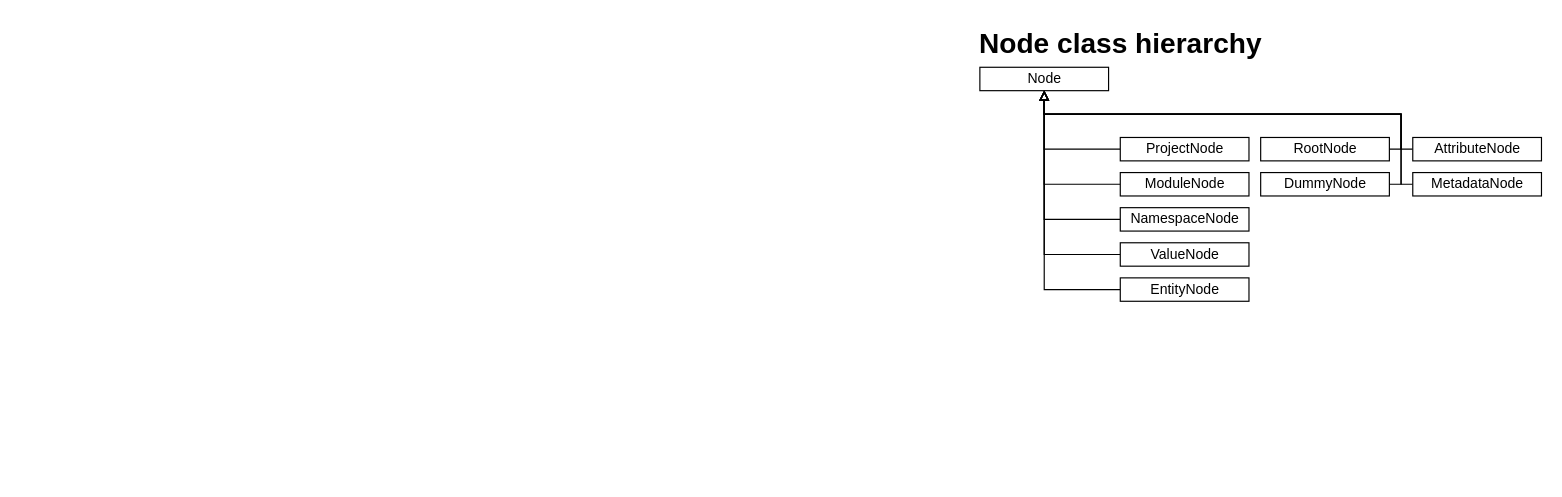
The draw.io diagram page "Node class hierarchy" (2 of 2) of docs/AstNodeStructure.drawio in Evenfall-Tech/Crosslight, before the edit. Source tidied: cells renumbered, new cells numbered last; positions are measured from the earlier drawing's top-left corner, leaving out a move shared by most shapes. Both pictures are drawn from the tidied source at 117%, with x=0, y=0 at pixel (979, 20).
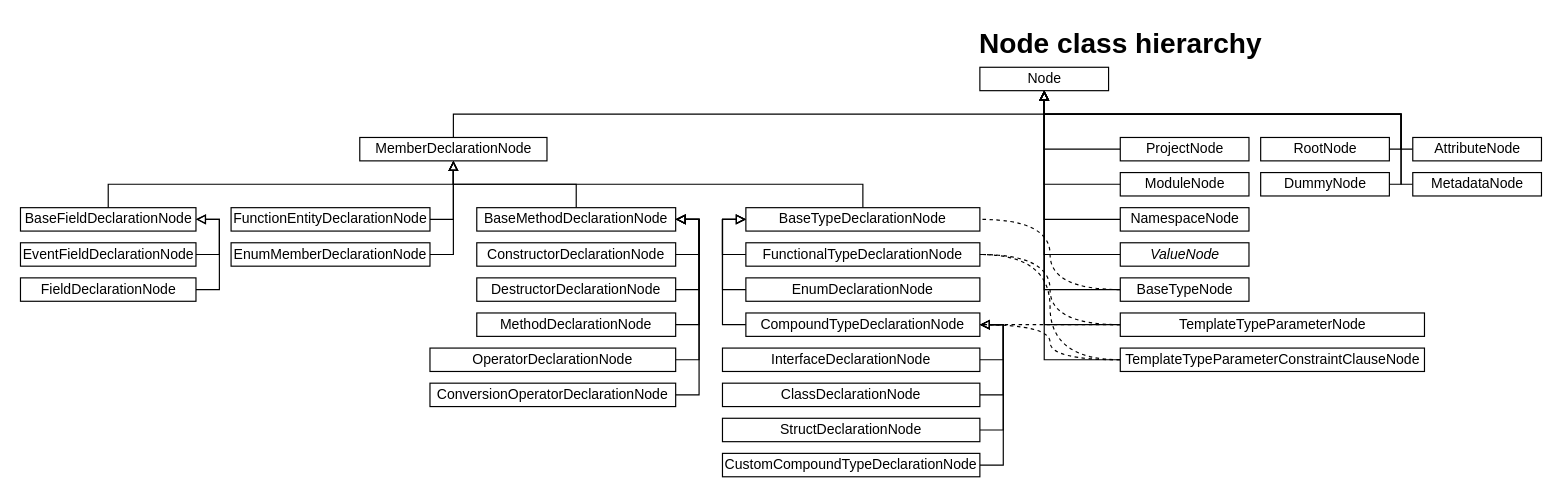
After the change.

Unchanged cells that the change refers to:
```xml
<mxCell id="3" value="Node" style="html=1;fillColor=#FFFFFF;" parent="1" vertex="1">
  <mxGeometry y="40" width="110" height="20" as="geometry" />
</mxCell>
```

The edit, as a diff of the source:
```diff
@@
-    <mxCell id="19" value="ValueNode" style="html=1;" parent="1" vertex="1">
+    <mxCell id="19" value="ValueNode" style="html=1;fontStyle=2;" parent="1" vertex="1">
       <mxGeometry x="120" y="190" width="110" height="20" as="geometry" />
     </mxCell>
-    <mxCell id="20" style="edgeStyle=orthogonalEdgeStyle;rounded=0;jettySize=auto;html=1;entryX=0.5;entryY=1;entryDx=0;entryDy=0;endArrow=block;endFill=0;" parent="1" edge="1" source="21" target="3">
+    <mxCell id="20" style="edgeStyle=orthogonalEdgeStyle;rounded=0;jettySize=auto;html=1;entryX=0.5;entryY=1;entryDx=0;entryDy=0;endArrow=block;endFill=0;exitX=0.5;exitY=0;exitDx=0;exitDy=0;" parent="1" edge="1" source="21" target="3">
       <mxGeometry relative="1" as="geometry" />
     </mxCell>
-    <mxCell id="21" value="EntityNode" style="html=1;" parent="1" vertex="1">
-      <mxGeometry x="120" y="220" width="110" height="20" as="geometry" />
+    <mxCell id="21" value="MemberDeclarationNode" style="html=1;" parent="1" vertex="1">
+      <mxGeometry x="-530" y="100" width="160" height="20" as="geometry" />
     </mxCell>
+    <mxCell id="22" style="edgeStyle=orthogonalEdgeStyle;rounded=0;jettySize=auto;html=1;entryX=0.5;entryY=1;entryDx=0;entryDy=0;exitX=0.5;exitY=0;exitDx=0;exitDy=0;endArrow=block;endFill=0;" parent="1" edge="1" source="23" target="21">
+      <mxGeometry relative="1" as="geometry" />
+    </mxCell>
+    <mxCell id="23" value="BaseFieldDeclarationNode" style="html=1;" parent="1" vertex="1">
+      <mxGeometry x="-820" y="160" width="150" height="20" as="geometry" />
+    </mxCell>
+    <mxCell id="24" style="edgeStyle=orthogonalEdgeStyle;rounded=0;jettySize=auto;html=1;entryX=1;entryY=0.5;entryDx=0;entryDy=0;endArrow=block;endFill=0;exitX=1;exitY=0.5;exitDx=0;exitDy=0;" parent="1" edge="1" source="25" target="23">
+      <mxGeometry relative="1" as="geometry">
+        <Array as="points">
+          <mxPoint x="-650" y="200" />
+          <mxPoint x="-650" y="170" />
+        </Array>
+      </mxGeometry>
+    </mxCell>
+    <mxCell id="25" value="EventFieldDeclarationNode" style="html=1;" parent="1" vertex="1">
+      <mxGeometry x="-820" y="190" width="150" height="20" as="geometry" />
+    </mxCell>
+    <mxCell id="26" style="edgeStyle=orthogonalEdgeStyle;rounded=0;jettySize=auto;html=1;entryX=1;entryY=0.5;entryDx=0;entryDy=0;endArrow=block;endFill=0;exitX=1;exitY=0.5;exitDx=0;exitDy=0;" parent="1" edge="1" source="27" target="23">
+      <mxGeometry relative="1" as="geometry" />
+    </mxCell>
+    <mxCell id="27" value="FieldDeclarationNode" style="html=1;" parent="1" vertex="1">
+      <mxGeometry x="-820" y="220" width="150" height="20" as="geometry" />
+    </mxCell>
+    <mxCell id="28" style="edgeStyle=orthogonalEdgeStyle;rounded=0;jettySize=auto;html=1;entryX=0.5;entryY=1;entryDx=0;entryDy=0;endArrow=block;endFill=0;exitX=1;exitY=0.5;exitDx=0;exitDy=0;" parent="1" edge="1" source="29" target="21">
+      <mxGeometry relative="1" as="geometry" />
+    </mxCell>
+    <mxCell id="29" value="FunctionEntityDeclarationNode" style="whiteSpace=wrap;html=1;" parent="1" vertex="1">
+      <mxGeometry x="-640" y="160" width="170" height="20" as="geometry" />
+    </mxCell>
+    <mxCell id="30" style="edgeStyle=orthogonalEdgeStyle;rounded=0;jettySize=auto;html=1;entryX=0.5;entryY=1;entryDx=0;entryDy=0;endArrow=block;endFill=0;exitX=1;exitY=0.5;exitDx=0;exitDy=0;" parent="1" edge="1" source="31" target="21">
+      <mxGeometry relative="1" as="geometry" />
+    </mxCell>
+    <mxCell id="31" value="EnumMemberDeclarationNode" style="whiteSpace=wrap;html=1;" parent="1" vertex="1">
+      <mxGeometry x="-640" y="190" width="170" height="20" as="geometry" />
+    </mxCell>
+    <mxCell id="32" style="edgeStyle=orthogonalEdgeStyle;rounded=0;jettySize=auto;html=1;exitX=0.5;exitY=0;exitDx=0;exitDy=0;entryX=0.5;entryY=1;entryDx=0;entryDy=0;endArrow=block;endFill=0;" parent="1" edge="1" source="33" target="21">
+      <mxGeometry relative="1" as="geometry" />
+    </mxCell>
+    <mxCell id="33" value="BaseMethodDeclarationNode" style="whiteSpace=wrap;html=1;" parent="1" vertex="1">
+      <mxGeometry x="-430" y="160" width="170" height="20" as="geometry" />
+    </mxCell>
+    <mxCell id="34" style="edgeStyle=orthogonalEdgeStyle;rounded=0;jettySize=auto;html=1;entryX=1;entryY=0.5;entryDx=0;entryDy=0;endArrow=block;endFill=0;exitX=1;exitY=0.5;exitDx=0;exitDy=0;" parent="1" edge="1" source="35" target="33">
+      <mxGeometry relative="1" as="geometry">
+        <Array as="points">
+          <mxPoint x="-240" y="200" />
+          <mxPoint x="-240" y="170" />
+        </Array>
+      </mxGeometry>
+    </mxCell>
+    <mxCell id="35" value="ConstructorDeclarationNode" style="whiteSpace=wrap;html=1;" parent="1" vertex="1">
+      <mxGeometry x="-430" y="190" width="170" height="20" as="geometry" />
+    </mxCell>
+    <mxCell id="36" style="edgeStyle=orthogonalEdgeStyle;rounded=0;jettySize=auto;html=1;entryX=1;entryY=0.5;entryDx=0;entryDy=0;endArrow=block;endFill=0;exitX=1;exitY=0.5;exitDx=0;exitDy=0;" parent="1" edge="1" source="37" target="33">
+      <mxGeometry relative="1" as="geometry" />
+    </mxCell>
+    <mxCell id="37" value="DestructorDeclarationNode" style="whiteSpace=wrap;html=1;" parent="1" vertex="1">
+      <mxGeometry x="-430" y="220" width="170" height="20" as="geometry" />
+    </mxCell>
+    <mxCell id="38" style="edgeStyle=orthogonalEdgeStyle;rounded=0;jettySize=auto;html=1;entryX=1;entryY=0.5;entryDx=0;entryDy=0;endArrow=block;endFill=0;exitX=1;exitY=0.5;exitDx=0;exitDy=0;" parent="1" edge="1" source="39" target="33">
+      <mxGeometry relative="1" as="geometry" />
+    </mxCell>
+    <mxCell id="39" value="OperatorDeclarationNode" style="whiteSpace=wrap;html=1;" parent="1" vertex="1">
+      <mxGeometry x="-470" y="280" width="210" height="20" as="geometry" />
+    </mxCell>
+    <mxCell id="40" style="edgeStyle=orthogonalEdgeStyle;rounded=0;jettySize=auto;html=1;entryX=1;entryY=0.5;entryDx=0;entryDy=0;endArrow=block;endFill=0;exitX=1;exitY=0.5;exitDx=0;exitDy=0;" parent="1" edge="1" source="41" target="33">
+      <mxGeometry relative="1" as="geometry" />
+    </mxCell>
+    <mxCell id="41" value="ConversionOperatorDeclarationNode" style="whiteSpace=wrap;html=1;" parent="1" vertex="1">
+      <mxGeometry x="-470" y="310" width="210" height="20" as="geometry" />
+    </mxCell>
+    <mxCell id="42" style="edgeStyle=orthogonalEdgeStyle;rounded=0;jettySize=auto;html=1;entryX=1;entryY=0.5;entryDx=0;entryDy=0;endArrow=block;endFill=0;exitX=1;exitY=0.5;exitDx=0;exitDy=0;" parent="1" edge="1" source="43" target="33">
+      <mxGeometry relative="1" as="geometry" />
+    </mxCell>
+    <mxCell id="43" value="MethodDeclarationNode" style="whiteSpace=wrap;html=1;" parent="1" vertex="1">
+      <mxGeometry x="-430" y="250" width="170" height="20" as="geometry" />
+    </mxCell>
+    <mxCell id="44" style="edgeStyle=orthogonalEdgeStyle;rounded=0;jettySize=auto;html=1;entryX=0.5;entryY=1;entryDx=0;entryDy=0;endArrow=block;endFill=0;exitX=0.5;exitY=0;exitDx=0;exitDy=0;" parent="1" edge="1" source="45" target="21">
+      <mxGeometry relative="1" as="geometry" />
+    </mxCell>
+    <mxCell id="45" value="BaseTypeDeclarationNode" style="whiteSpace=wrap;html=1;" parent="1" vertex="1">
+      <mxGeometry x="-200" y="160" width="200" height="20" as="geometry" />
+    </mxCell>
+    <mxCell id="46" style="edgeStyle=orthogonalEdgeStyle;rounded=0;jettySize=auto;html=1;entryX=0;entryY=0.5;entryDx=0;entryDy=0;endArrow=block;endFill=0;exitX=0;exitY=0.5;exitDx=0;exitDy=0;" parent="1" edge="1" source="47" target="45">
+      <mxGeometry relative="1" as="geometry">
+        <Array as="points">
+          <mxPoint x="-220" y="200" />
+          <mxPoint x="-220" y="170" />
+        </Array>
+      </mxGeometry>
+    </mxCell>
+    <mxCell id="47" value="FunctionalTypeDeclarationNode" style="whiteSpace=wrap;html=1;" parent="1" vertex="1">
+      <mxGeometry x="-200" y="190" width="200" height="20" as="geometry" />
+    </mxCell>
+    <mxCell id="48" style="edgeStyle=orthogonalEdgeStyle;rounded=0;jettySize=auto;html=1;entryX=0;entryY=0.5;entryDx=0;entryDy=0;endArrow=block;endFill=0;exitX=0;exitY=0.5;exitDx=0;exitDy=0;" parent="1" edge="1" source="49" target="45">
+      <mxGeometry relative="1" as="geometry" />
+    </mxCell>
+    <mxCell id="49" value="EnumDeclarationNode" style="whiteSpace=wrap;html=1;" parent="1" vertex="1">
+      <mxGeometry x="-200" y="220" width="200" height="20" as="geometry" />
+    </mxCell>
+    <mxCell id="50" style="edgeStyle=orthogonalEdgeStyle;rounded=0;jettySize=auto;html=1;entryX=0;entryY=0.5;entryDx=0;entryDy=0;endArrow=block;endFill=0;exitX=0;exitY=0.5;exitDx=0;exitDy=0;" parent="1" edge="1" source="51" target="45">
+      <mxGeometry relative="1" as="geometry" />
+    </mxCell>
+    <mxCell id="51" value="CompoundTypeDeclarationNode" style="whiteSpace=wrap;html=1;" parent="1" vertex="1">
+      <mxGeometry x="-200" y="250" width="200" height="20" as="geometry" />
+    </mxCell>
+    <mxCell id="52" style="edgeStyle=orthogonalEdgeStyle;rounded=0;jettySize=auto;html=1;entryX=1;entryY=0.5;entryDx=0;entryDy=0;endArrow=block;endFill=0;exitX=1;exitY=0.5;exitDx=0;exitDy=0;" parent="1" edge="1" source="53" target="51">
+      <mxGeometry relative="1" as="geometry">
+        <Array as="points">
+          <mxPoint x="20" y="290" />
+          <mxPoint x="20" y="260" />
+        </Array>
+      </mxGeometry>
+    </mxCell>
+    <mxCell id="53" value="InterfaceDeclarationNode" style="whiteSpace=wrap;html=1;" parent="1" vertex="1">
+      <mxGeometry x="-220" y="280" width="220" height="20" as="geometry" />
+    </mxCell>
+    <mxCell id="54" style="edgeStyle=orthogonalEdgeStyle;rounded=0;jettySize=auto;html=1;entryX=1;entryY=0.5;entryDx=0;entryDy=0;endArrow=block;endFill=0;exitX=1;exitY=0.5;exitDx=0;exitDy=0;" parent="1" edge="1" source="55" target="51">
+      <mxGeometry relative="1" as="geometry" />
+    </mxCell>
+    <mxCell id="55" value="ClassDeclarationNode" style="whiteSpace=wrap;html=1;" parent="1" vertex="1">
+      <mxGeometry x="-220" y="310" width="220" height="20" as="geometry" />
+    </mxCell>
+    <mxCell id="56" style="edgeStyle=orthogonalEdgeStyle;rounded=0;jettySize=auto;html=1;entryX=1;entryY=0.5;entryDx=0;entryDy=0;endArrow=block;endFill=0;exitX=1;exitY=0.5;exitDx=0;exitDy=0;" parent="1" edge="1" source="57" target="51">
+      <mxGeometry relative="1" as="geometry" />
+    </mxCell>
+    <mxCell id="57" value="StructDeclarationNode" style="whiteSpace=wrap;html=1;" parent="1" vertex="1">
+      <mxGeometry x="-220" y="340" width="220" height="20" as="geometry" />
+    </mxCell>
+    <mxCell id="58" style="edgeStyle=orthogonalEdgeStyle;rounded=0;jettySize=auto;html=1;entryX=1;entryY=0.5;entryDx=0;entryDy=0;endArrow=block;endFill=0;exitX=1;exitY=0.5;exitDx=0;exitDy=0;" parent="1" edge="1" source="59" target="51">
+      <mxGeometry relative="1" as="geometry" />
+    </mxCell>
+    <mxCell id="59" value="CustomCompoundTypeDeclarationNode" style="whiteSpace=wrap;html=1;" parent="1" vertex="1">
+      <mxGeometry x="-220" y="370" width="220" height="20" as="geometry" />
+    </mxCell>
+    <mxCell id="60" style="edgeStyle=orthogonalEdgeStyle;rounded=0;jettySize=auto;html=1;entryX=0.5;entryY=1;entryDx=0;entryDy=0;endArrow=block;endFill=0;" parent="1" edge="1" source="62" target="3">
+      <mxGeometry relative="1" as="geometry" />
+    </mxCell>
+    <mxCell id="61" style="edgeStyle=orthogonalEdgeStyle;rounded=0;jettySize=auto;html=1;entryX=1;entryY=0.5;entryDx=0;entryDy=0;endArrow=none;endFill=0;curved=1;dashed=1;" parent="1" edge="1" source="62" target="45">
+      <mxGeometry relative="1" as="geometry" />
+    </mxCell>
+    <mxCell id="62" value="BaseTypeNode" style="html=1;" parent="1" vertex="1">
+      <mxGeometry x="120" y="220" width="110" height="20" as="geometry" />
+    </mxCell>
+    <mxCell id="63" style="edgeStyle=orthogonalEdgeStyle;rounded=0;jettySize=auto;html=1;entryX=0.5;entryY=1;entryDx=0;entryDy=0;endArrow=block;endFill=0;" parent="1" edge="1" source="66" target="3">
+      <mxGeometry relative="1" as="geometry" />
+    </mxCell>
+    <mxCell id="64" style="edgeStyle=orthogonalEdgeStyle;rounded=0;jettySize=auto;html=1;entryX=1;entryY=0.5;entryDx=0;entryDy=0;endArrow=none;endFill=0;dashed=1;curved=1;" parent="1" edge="1" source="66" target="47">
+      <mxGeometry relative="1" as="geometry" />
+    </mxCell>
+    <mxCell id="65" style="edgeStyle=orthogonalEdgeStyle;curved=1;rounded=0;jettySize=auto;html=1;entryX=1;entryY=0.5;entryDx=0;entryDy=0;dashed=1;endArrow=none;endFill=0;" parent="1" edge="1" source="66" target="51">
+      <mxGeometry relative="1" as="geometry" />
+    </mxCell>
+    <mxCell id="66" value="TemplateTypeParameterNode" style="html=1;" parent="1" vertex="1">
+      <mxGeometry x="120" y="250" width="260" height="20" as="geometry" />
+    </mxCell>
+    <mxCell id="67" style="edgeStyle=orthogonalEdgeStyle;rounded=0;jettySize=auto;html=1;entryX=0.5;entryY=1;entryDx=0;entryDy=0;endArrow=block;endFill=0;" parent="1" edge="1" source="70" target="3">
+      <mxGeometry relative="1" as="geometry" />
+    </mxCell>
+    <mxCell id="68" style="edgeStyle=orthogonalEdgeStyle;curved=1;rounded=0;jettySize=auto;html=1;entryX=1;entryY=0.5;entryDx=0;entryDy=0;dashed=1;endArrow=none;endFill=0;" parent="1" edge="1" source="70" target="47">
+      <mxGeometry relative="1" as="geometry">
+        <Array as="points">
+          <mxPoint x="60" y="290" />
+          <mxPoint x="60" y="200" />
+        </Array>
+      </mxGeometry>
+    </mxCell>
+    <mxCell id="69" style="edgeStyle=orthogonalEdgeStyle;curved=1;rounded=0;jettySize=auto;html=1;entryX=1;entryY=0.5;entryDx=0;entryDy=0;dashed=1;endArrow=none;endFill=0;" parent="1" edge="1" source="70" target="51">
+      <mxGeometry relative="1" as="geometry" />
+    </mxCell>
+    <mxCell id="70" value="TemplateTypeParameterConstraintClauseNode" style="html=1;" parent="1" vertex="1">
+      <mxGeometry x="120" y="280" width="260" height="20" as="geometry" />
+    </mxCell>
```
